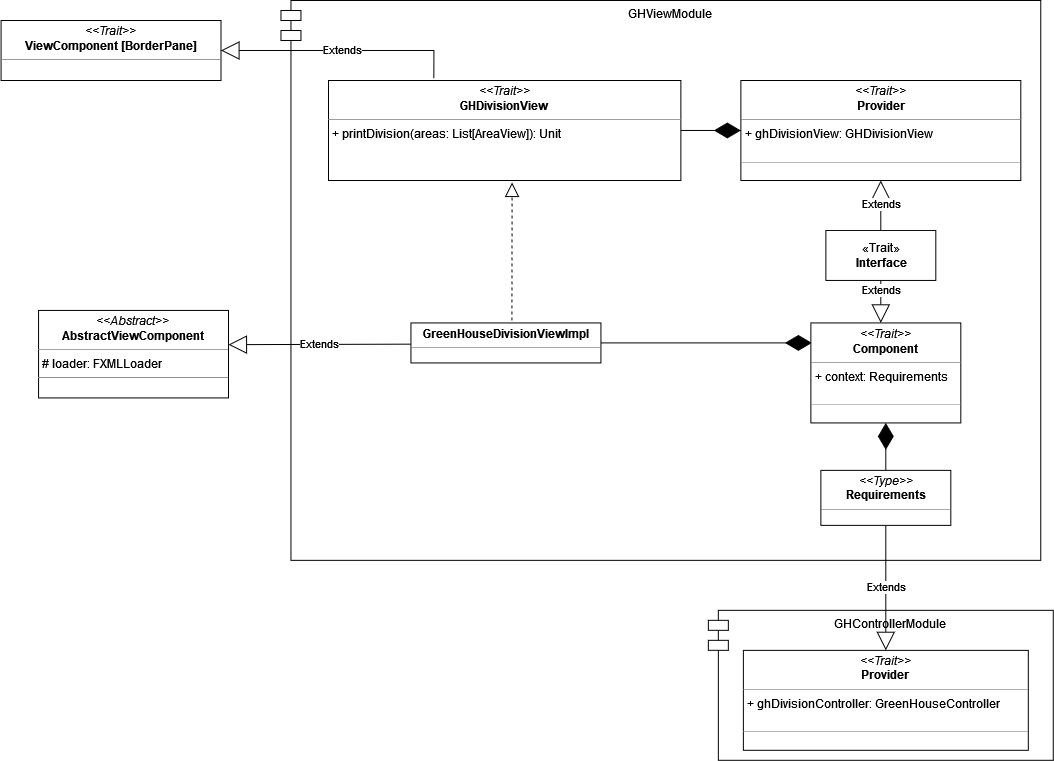
Above: docs/img/greenhouseDivision_view.png in AnnaVitali/PPS-22-smartgh (draw.io), before the change. Source tidied: cells renumbered, new cells last; positions are measured from the earlier drawing's top-left corner, leaving out a move shared by most shapes. Its diagram source:
```xml
<mxGraphModel>
  <root>
    <mxCell id="0" />
    <mxCell id="1" parent="0" />
    <mxCell id="2" value="GHControllerModule" style="shape=module;align=left;spacingLeft=20;align=center;verticalAlign=top;fillColor=none;" parent="1" vertex="1">
      <mxGeometry x="708" y="610" width="345" height="150" as="geometry" />
    </mxCell>
    <mxCell id="3" value="GHViewModule" style="shape=module;align=left;spacingLeft=20;align=center;verticalAlign=top;fillColor=none;" parent="1" vertex="1">
      <mxGeometry x="280.5" width="760" height="560" as="geometry" />
    </mxCell>
    <mxCell id="4" value="&lt;p style=&quot;margin:0px;margin-top:4px;text-align:center;&quot;&gt;&lt;i&gt;&amp;lt;&amp;lt;Trait&amp;gt;&amp;gt;&lt;/i&gt;&lt;br&gt;&lt;b&gt;GHDivisionView&lt;/b&gt;&lt;br&gt;&lt;/p&gt;&lt;hr size=&quot;1&quot;&gt;&lt;p style=&quot;margin:0px;margin-left:4px;&quot;&gt;+ printDivision(areas: List[AreaView]): Unit&lt;/p&gt;&lt;div&gt;&lt;br&gt;&lt;/div&gt;" style="verticalAlign=top;align=left;overflow=fill;fontSize=12;fontFamily=Helvetica;html=1;fillColor=default;" parent="1" vertex="1">
      <mxGeometry x="328" y="80" width="352.5" height="100" as="geometry" />
    </mxCell>
    <mxCell id="5" value="&lt;p style=&quot;margin:0px;margin-top:4px;text-align:center;&quot;&gt;&lt;i&gt;&amp;lt;&amp;lt;Trait&amp;gt;&amp;gt;&lt;/i&gt;&lt;br&gt;&lt;b&gt;ViewComponent [BorderPane]&lt;/b&gt;&lt;br&gt;&lt;/p&gt;&lt;hr size=&quot;1&quot;&gt;" style="verticalAlign=top;align=left;overflow=fill;fontSize=12;fontFamily=Helvetica;html=1;fillColor=default;" parent="1" vertex="1">
      <mxGeometry x="0.5" y="20" width="220" height="60" as="geometry" />
    </mxCell>
    <mxCell id="6" value="&lt;p style=&quot;margin:0px;margin-top:4px;text-align:center;&quot;&gt;&lt;i&gt;&amp;lt;&amp;lt;Trait&amp;gt;&amp;gt;&lt;/i&gt;&lt;br&gt;&lt;b&gt;Provider&lt;/b&gt;&lt;br&gt;&lt;/p&gt;&lt;hr size=&quot;1&quot;&gt;&lt;p style=&quot;margin:0px;margin-left:4px;&quot;&gt;+ ghDivisionView: GHDivisionView&lt;br&gt;&lt;br&gt;&lt;/p&gt;&lt;hr size=&quot;1&quot;&gt;" style="verticalAlign=top;align=left;overflow=fill;fontSize=12;fontFamily=Helvetica;html=1;fillColor=default;" parent="1" vertex="1">
      <mxGeometry x="740.5" y="80" width="280" height="100" as="geometry" />
    </mxCell>
    <mxCell id="7" value="«Trait»&lt;br&gt;&lt;b&gt;Interface&lt;/b&gt;" style="html=1;fillColor=default;" parent="1" vertex="1">
      <mxGeometry x="825.5" y="230" width="110" height="50" as="geometry" />
    </mxCell>
    <mxCell id="8" value="Extends" style="endArrow=block;endSize=16;endFill=0;html=1;rounded=0;entryX=0.5;entryY=0;entryDx=0;entryDy=0;exitX=0.5;exitY=1;exitDx=0;exitDy=0;" parent="1" edge="1" source="7">
      <mxGeometry x="-0.53" relative="1" as="geometry">
        <mxPoint x="880.5" y="322.5" as="targetPoint" />
      </mxGeometry>
    </mxCell>
    <mxCell id="9" value="&lt;div&gt;Extends&lt;br&gt;&lt;/div&gt;" style="endArrow=block;endSize=16;endFill=0;html=1;rounded=0;entryX=0.5;entryY=1;entryDx=0;entryDy=0;exitX=0.5;exitY=0;exitDx=0;exitDy=0;" parent="1" edge="1" source="7" target="6">
      <mxGeometry relative="1" as="geometry" />
    </mxCell>
    <mxCell id="10" value="&lt;p style=&quot;margin:0px;margin-top:4px;text-align:center;&quot;&gt;&lt;b&gt;GreenHouseDivisionViewImpl&lt;/b&gt;&lt;br&gt;&lt;/p&gt;&lt;hr size=&quot;1&quot;&gt;" style="verticalAlign=top;align=left;overflow=fill;fontSize=12;fontFamily=Helvetica;html=1;" parent="1" vertex="1">
      <mxGeometry x="410.5" y="322.5" width="190" height="40" as="geometry" />
    </mxCell>
    <mxCell id="11" style="endArrow=diamondThin;endFill=1;endSize=24;html=1;rounded=0;exitX=1;exitY=0.5;exitDx=0;exitDy=0;entryX=0;entryY=0.5;entryDx=0;entryDy=0;" parent="1" edge="1" source="4" target="6">
      <mxGeometry relative="1" as="geometry" />
    </mxCell>
    <mxCell id="12" style="endArrow=diamondThin;endFill=1;endSize=24;html=1;rounded=0;exitX=1;exitY=0.5;exitDx=0;exitDy=0;entryX=0.007;entryY=0.2;entryDx=0;entryDy=0;entryPerimeter=0;" parent="1" edge="1" source="10" target="14">
      <mxGeometry relative="1" as="geometry" />
    </mxCell>
    <mxCell id="13" value="&lt;p style=&quot;margin:0px;margin-top:4px;text-align:center;&quot;&gt;&lt;i&gt;&amp;lt;&amp;lt;Type&amp;gt;&amp;gt;&lt;/i&gt;&lt;br&gt;&lt;b&gt;Requirements&lt;/b&gt;&lt;br&gt;&lt;/p&gt;&lt;hr size=&quot;1&quot;&gt;&lt;p style=&quot;margin:0px;margin-left:4px;&quot;&gt;&lt;br&gt;&lt;/p&gt;" style="verticalAlign=top;align=left;overflow=fill;fontSize=12;fontFamily=Helvetica;html=1;fillColor=default;" parent="1" vertex="1">
      <mxGeometry x="820.5" y="470" width="130" height="55" as="geometry" />
    </mxCell>
    <mxCell id="14" value="&lt;p style=&quot;margin:0px;margin-top:4px;text-align:center;&quot;&gt;&lt;i&gt;&amp;lt;&amp;lt;Trait&amp;gt;&amp;gt;&lt;/i&gt;&lt;br&gt;&lt;b&gt;Component&lt;/b&gt;&lt;br&gt;&lt;/p&gt;&lt;hr size=&quot;1&quot;&gt;&lt;p style=&quot;margin:0px;margin-left:4px;&quot;&gt;+ context: Requirements&lt;br&gt;&lt;br&gt;&lt;/p&gt;&lt;hr size=&quot;1&quot;&gt;" style="verticalAlign=top;align=left;overflow=fill;fontSize=12;fontFamily=Helvetica;html=1;fillColor=default;" parent="1" vertex="1">
      <mxGeometry x="810.5" y="322.5" width="150" height="100" as="geometry" />
    </mxCell>
    <mxCell id="15" value="&lt;p style=&quot;margin:0px;margin-top:4px;text-align:center;&quot;&gt;&lt;i&gt;&amp;lt;&amp;lt;Trait&amp;gt;&amp;gt;&lt;/i&gt;&lt;br&gt;&lt;b&gt;Provider&lt;/b&gt;&lt;br&gt;&lt;/p&gt;&lt;hr size=&quot;1&quot;&gt;&lt;p style=&quot;margin:0px;margin-left:4px;&quot;&gt;+ ghDivisionController: GreenHouseController&lt;br&gt;&lt;br&gt;&lt;/p&gt;&lt;hr size=&quot;1&quot;&gt;" style="verticalAlign=top;align=left;overflow=fill;fontSize=12;fontFamily=Helvetica;html=1;fillColor=default;" parent="1" vertex="1">
      <mxGeometry x="743" y="650" width="285" height="100" as="geometry" />
    </mxCell>
    <mxCell id="16" style="endArrow=diamondThin;endFill=1;endSize=24;html=1;rounded=0;exitX=0.5;exitY=0;exitDx=0;exitDy=0;" parent="1" edge="1" source="13" target="14">
      <mxGeometry relative="1" as="geometry" />
    </mxCell>
    <mxCell id="17" value="Extends" style="endArrow=block;endSize=16;endFill=0;html=1;rounded=0;exitX=0.5;exitY=1;exitDx=0;exitDy=0;entryX=0.5;entryY=0;entryDx=0;entryDy=0;" parent="1" edge="1" source="13" target="15">
      <mxGeometry relative="1" as="geometry" />
    </mxCell>
    <mxCell id="18" value="Extends" style="endArrow=block;endSize=16;endFill=0;html=1;rounded=0;entryX=1;entryY=0.5;entryDx=0;entryDy=0;exitX=0.299;exitY=-0.02;exitDx=0;exitDy=0;exitPerimeter=0;" parent="1" edge="1" source="4" target="5">
      <mxGeometry relative="1" as="geometry">
        <Array as="points">
          <mxPoint x="433.5" y="50" />
        </Array>
      </mxGeometry>
    </mxCell>
    <mxCell id="19" style="endArrow=block;dashed=1;endFill=0;endSize=12;html=1;rounded=0;entryX=0.521;entryY=1.02;entryDx=0;entryDy=0;entryPerimeter=0;" parent="1" edge="1" target="4">
      <mxGeometry relative="1" as="geometry">
        <mxPoint x="511.5" y="320" as="sourcePoint" />
      </mxGeometry>
    </mxCell>
    <mxCell id="20" value="Extends" style="endArrow=block;endSize=16;endFill=0;html=1;rounded=0;exitX=0;exitY=0.5;exitDx=0;exitDy=0;" parent="1" edge="1">
      <mxGeometry relative="1" as="geometry">
        <mxPoint x="410.5" y="343.8" as="sourcePoint" />
        <mxPoint x="228" y="344.2" as="targetPoint" />
      </mxGeometry>
    </mxCell>
    <mxCell id="21" value="&lt;p style=&quot;margin:0px;margin-top:4px;text-align:center;&quot;&gt;&lt;i&gt;&amp;lt;&amp;lt;Abstract&amp;gt;&amp;gt;&lt;/i&gt;&lt;br&gt;&lt;b&gt;AbstractViewComponent&lt;/b&gt;&lt;br&gt;&lt;/p&gt;&lt;hr size=&quot;1&quot;&gt;&lt;p style=&quot;margin:0px;margin-left:4px;&quot;&gt;# loader: FXMLLoader&lt;br&gt;&lt;/p&gt;&lt;hr size=&quot;1&quot;&gt;&lt;p style=&quot;margin:0px;margin-left:4px;&quot;&gt;&lt;br&gt;&lt;/p&gt;" style="verticalAlign=top;align=left;overflow=fill;fontSize=12;fontFamily=Helvetica;html=1;" parent="1" vertex="1">
      <mxGeometry x="38" y="310" width="190" height="87.5" as="geometry" />
    </mxCell>
  </root>
</mxGraphModel>
```
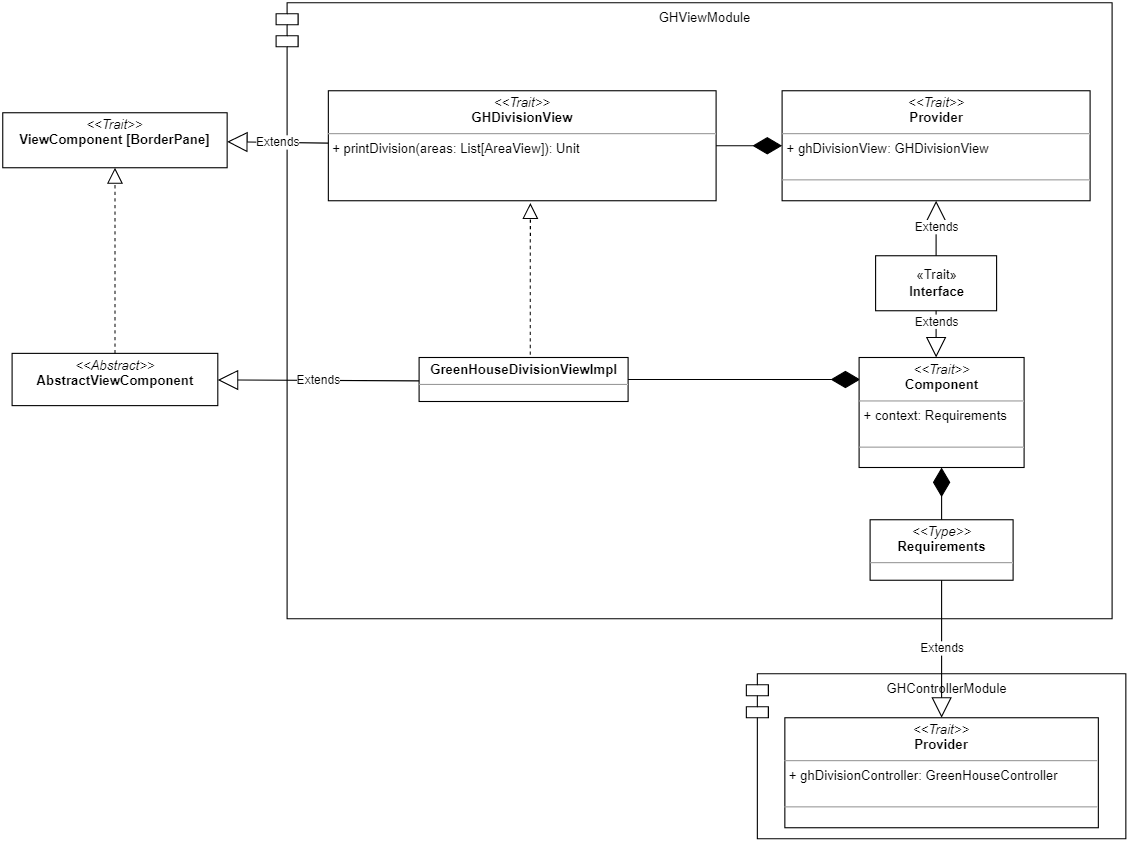
The same diagram one commit later.

Commit message:
docs: update view component and images

The edit, as a diff of the source:
```diff
@@ -11,67 +11,65 @@
     <mxCell id="4" value="&lt;p style=&quot;margin:0px;margin-top:4px;text-align:center;&quot;&gt;&lt;i&gt;&amp;lt;&amp;lt;Trait&amp;gt;&amp;gt;&lt;/i&gt;&lt;br&gt;&lt;b&gt;GHDivisionView&lt;/b&gt;&lt;br&gt;&lt;/p&gt;&lt;hr size=&quot;1&quot;&gt;&lt;p style=&quot;margin:0px;margin-left:4px;&quot;&gt;+ printDivision(areas: List[AreaView]): Unit&lt;/p&gt;&lt;div&gt;&lt;br&gt;&lt;/div&gt;" style="verticalAlign=top;align=left;overflow=fill;fontSize=12;fontFamily=Helvetica;html=1;fillColor=default;" parent="1" vertex="1">
       <mxGeometry x="328" y="80" width="352.5" height="100" as="geometry" />
     </mxCell>
-    <mxCell id="5" value="&lt;p style=&quot;margin:0px;margin-top:4px;text-align:center;&quot;&gt;&lt;i&gt;&amp;lt;&amp;lt;Trait&amp;gt;&amp;gt;&lt;/i&gt;&lt;br&gt;&lt;b&gt;ViewComponent [BorderPane]&lt;/b&gt;&lt;br&gt;&lt;/p&gt;&lt;hr size=&quot;1&quot;&gt;" style="verticalAlign=top;align=left;overflow=fill;fontSize=12;fontFamily=Helvetica;html=1;fillColor=default;" parent="1" vertex="1">
-      <mxGeometry x="0.5" y="20" width="220" height="60" as="geometry" />
+    <mxCell id="5" value="&lt;p style=&quot;margin:0px;margin-top:4px;text-align:center;&quot;&gt;&lt;i&gt;&amp;lt;&amp;lt;Trait&amp;gt;&amp;gt;&lt;/i&gt;&lt;br&gt;&lt;b&gt;Provider&lt;/b&gt;&lt;br&gt;&lt;/p&gt;&lt;hr size=&quot;1&quot;&gt;&lt;p style=&quot;margin:0px;margin-left:4px;&quot;&gt;+ ghDivisionView: GHDivisionView&lt;br&gt;&lt;br&gt;&lt;/p&gt;&lt;hr size=&quot;1&quot;&gt;" style="verticalAlign=top;align=left;overflow=fill;fontSize=12;fontFamily=Helvetica;html=1;fillColor=default;" parent="1" vertex="1">
+      <mxGeometry x="740.5" y="80" width="280" height="100" as="geometry" />
     </mxCell>
-    <mxCell id="6" value="&lt;p style=&quot;margin:0px;margin-top:4px;text-align:center;&quot;&gt;&lt;i&gt;&amp;lt;&amp;lt;Trait&amp;gt;&amp;gt;&lt;/i&gt;&lt;br&gt;&lt;b&gt;Provider&lt;/b&gt;&lt;br&gt;&lt;/p&gt;&lt;hr size=&quot;1&quot;&gt;&lt;p style=&quot;margin:0px;margin-left:4px;&quot;&gt;+ ghDivisionView: GHDivisionView&lt;br&gt;&lt;br&gt;&lt;/p&gt;&lt;hr size=&quot;1&quot;&gt;" style="verticalAlign=top;align=left;overflow=fill;fontSize=12;fontFamily=Helvetica;html=1;fillColor=default;" parent="1" vertex="1">
-      <mxGeometry x="740.5" y="80" width="280" height="100" as="geometry" />
+    <mxCell id="6" value="«Trait»&lt;br&gt;&lt;b&gt;Interface&lt;/b&gt;" style="html=1;fillColor=default;" parent="1" vertex="1">
+      <mxGeometry x="825.5" y="230" width="110" height="50" as="geometry" />
     </mxCell>
-    <mxCell id="7" value="«Trait»&lt;br&gt;&lt;b&gt;Interface&lt;/b&gt;" style="html=1;fillColor=default;" parent="1" vertex="1">
-      <mxGeometry x="825.5" y="230" width="110" height="50" as="geometry" />
+    <mxCell id="7" value="Extends" style="endArrow=block;endSize=16;endFill=0;html=1;rounded=0;entryX=0.5;entryY=0;entryDx=0;entryDy=0;exitX=0.5;exitY=1;exitDx=0;exitDy=0;" parent="1" edge="1" source="6">
+      <mxGeometry x="-0.53" relative="1" as="geometry">
+        <mxPoint x="880.5" y="322.5" as="targetPoint" />
+      </mxGeometry>
     </mxCell>
-    <mxCell id="8" value="Extends" style="endArrow=block;endSize=16;endFill=0;html=1;rounded=0;entryX=0.5;entryY=0;entryDx=0;entryDy=0;exitX=0.5;exitY=1;exitDx=0;exitDy=0;" parent="1" edge="1" source="7">
-      <mxGeometry x="-0.53" relative="1" as="geometry">
-        <mxPoint x="880.5" y="322.5" as="targetPoint" />
-      </mxGeometry>
+    <mxCell id="8" value="&lt;div&gt;Extends&lt;br&gt;&lt;/div&gt;" style="endArrow=block;endSize=16;endFill=0;html=1;rounded=0;entryX=0.5;entryY=1;entryDx=0;entryDy=0;exitX=0.5;exitY=0;exitDx=0;exitDy=0;" parent="1" edge="1" source="6" target="5">
+      <mxGeometry relative="1" as="geometry" />
     </mxCell>
-    <mxCell id="9" value="&lt;div&gt;Extends&lt;br&gt;&lt;/div&gt;" style="endArrow=block;endSize=16;endFill=0;html=1;rounded=0;entryX=0.5;entryY=1;entryDx=0;entryDy=0;exitX=0.5;exitY=0;exitDx=0;exitDy=0;" parent="1" edge="1" source="7" target="6">
-      <mxGeometry relative="1" as="geometry" />
+    <mxCell id="9" value="&lt;p style=&quot;margin:0px;margin-top:4px;text-align:center;&quot;&gt;&lt;b&gt;GreenHouseDivisionViewImpl&lt;/b&gt;&lt;br&gt;&lt;/p&gt;&lt;hr size=&quot;1&quot;&gt;" style="verticalAlign=top;align=left;overflow=fill;fontSize=12;fontFamily=Helvetica;html=1;" parent="1" vertex="1">
+      <mxGeometry x="410.5" y="322.5" width="190" height="40" as="geometry" />
     </mxCell>
-    <mxCell id="10" value="&lt;p style=&quot;margin:0px;margin-top:4px;text-align:center;&quot;&gt;&lt;b&gt;GreenHouseDivisionViewImpl&lt;/b&gt;&lt;br&gt;&lt;/p&gt;&lt;hr size=&quot;1&quot;&gt;" style="verticalAlign=top;align=left;overflow=fill;fontSize=12;fontFamily=Helvetica;html=1;" parent="1" vertex="1">
-      <mxGeometry x="410.5" y="322.5" width="190" height="40" as="geometry" />
+    <mxCell id="10" style="endArrow=diamondThin;endFill=1;endSize=24;html=1;rounded=0;exitX=1;exitY=0.5;exitDx=0;exitDy=0;entryX=0;entryY=0.5;entryDx=0;entryDy=0;" parent="1" edge="1" source="4" target="5">
+      <mxGeometry relative="1" as="geometry" />
     </mxCell>
-    <mxCell id="11" style="endArrow=diamondThin;endFill=1;endSize=24;html=1;rounded=0;exitX=1;exitY=0.5;exitDx=0;exitDy=0;entryX=0;entryY=0.5;entryDx=0;entryDy=0;" parent="1" edge="1" source="4" target="6">
+    <mxCell id="11" style="endArrow=diamondThin;endFill=1;endSize=24;html=1;rounded=0;exitX=1;exitY=0.5;exitDx=0;exitDy=0;entryX=0.007;entryY=0.2;entryDx=0;entryDy=0;entryPerimeter=0;" parent="1" edge="1" source="9" target="13">
       <mxGeometry relative="1" as="geometry" />
     </mxCell>
-    <mxCell id="12" style="endArrow=diamondThin;endFill=1;endSize=24;html=1;rounded=0;exitX=1;exitY=0.5;exitDx=0;exitDy=0;entryX=0.007;entryY=0.2;entryDx=0;entryDy=0;entryPerimeter=0;" parent="1" edge="1" source="10" target="14">
-      <mxGeometry relative="1" as="geometry" />
+    <mxCell id="12" value="&lt;p style=&quot;margin:0px;margin-top:4px;text-align:center;&quot;&gt;&lt;i&gt;&amp;lt;&amp;lt;Type&amp;gt;&amp;gt;&lt;/i&gt;&lt;br&gt;&lt;b&gt;Requirements&lt;/b&gt;&lt;br&gt;&lt;/p&gt;&lt;hr size=&quot;1&quot;&gt;&lt;p style=&quot;margin:0px;margin-left:4px;&quot;&gt;&lt;br&gt;&lt;/p&gt;" style="verticalAlign=top;align=left;overflow=fill;fontSize=12;fontFamily=Helvetica;html=1;fillColor=default;" parent="1" vertex="1">
+      <mxGeometry x="820.5" y="470" width="130" height="55" as="geometry" />
     </mxCell>
-    <mxCell id="13" value="&lt;p style=&quot;margin:0px;margin-top:4px;text-align:center;&quot;&gt;&lt;i&gt;&amp;lt;&amp;lt;Type&amp;gt;&amp;gt;&lt;/i&gt;&lt;br&gt;&lt;b&gt;Requirements&lt;/b&gt;&lt;br&gt;&lt;/p&gt;&lt;hr size=&quot;1&quot;&gt;&lt;p style=&quot;margin:0px;margin-left:4px;&quot;&gt;&lt;br&gt;&lt;/p&gt;" style="verticalAlign=top;align=left;overflow=fill;fontSize=12;fontFamily=Helvetica;html=1;fillColor=default;" parent="1" vertex="1">
-      <mxGeometry x="820.5" y="470" width="130" height="55" as="geometry" />
+    <mxCell id="13" value="&lt;p style=&quot;margin:0px;margin-top:4px;text-align:center;&quot;&gt;&lt;i&gt;&amp;lt;&amp;lt;Trait&amp;gt;&amp;gt;&lt;/i&gt;&lt;br&gt;&lt;b&gt;Component&lt;/b&gt;&lt;br&gt;&lt;/p&gt;&lt;hr size=&quot;1&quot;&gt;&lt;p style=&quot;margin:0px;margin-left:4px;&quot;&gt;+ context: Requirements&lt;br&gt;&lt;br&gt;&lt;/p&gt;&lt;hr size=&quot;1&quot;&gt;" style="verticalAlign=top;align=left;overflow=fill;fontSize=12;fontFamily=Helvetica;html=1;fillColor=default;" parent="1" vertex="1">
+      <mxGeometry x="810.5" y="322.5" width="150" height="100" as="geometry" />
     </mxCell>
-    <mxCell id="14" value="&lt;p style=&quot;margin:0px;margin-top:4px;text-align:center;&quot;&gt;&lt;i&gt;&amp;lt;&amp;lt;Trait&amp;gt;&amp;gt;&lt;/i&gt;&lt;br&gt;&lt;b&gt;Component&lt;/b&gt;&lt;br&gt;&lt;/p&gt;&lt;hr size=&quot;1&quot;&gt;&lt;p style=&quot;margin:0px;margin-left:4px;&quot;&gt;+ context: Requirements&lt;br&gt;&lt;br&gt;&lt;/p&gt;&lt;hr size=&quot;1&quot;&gt;" style="verticalAlign=top;align=left;overflow=fill;fontSize=12;fontFamily=Helvetica;html=1;fillColor=default;" parent="1" vertex="1">
-      <mxGeometry x="810.5" y="322.5" width="150" height="100" as="geometry" />
+    <mxCell id="14" value="&lt;p style=&quot;margin:0px;margin-top:4px;text-align:center;&quot;&gt;&lt;i&gt;&amp;lt;&amp;lt;Trait&amp;gt;&amp;gt;&lt;/i&gt;&lt;br&gt;&lt;b&gt;Provider&lt;/b&gt;&lt;br&gt;&lt;/p&gt;&lt;hr size=&quot;1&quot;&gt;&lt;p style=&quot;margin:0px;margin-left:4px;&quot;&gt;+ ghDivisionController: GreenHouseController&lt;br&gt;&lt;br&gt;&lt;/p&gt;&lt;hr size=&quot;1&quot;&gt;" style="verticalAlign=top;align=left;overflow=fill;fontSize=12;fontFamily=Helvetica;html=1;fillColor=default;" parent="1" vertex="1">
+      <mxGeometry x="743" y="650" width="285" height="100" as="geometry" />
     </mxCell>
-    <mxCell id="15" value="&lt;p style=&quot;margin:0px;margin-top:4px;text-align:center;&quot;&gt;&lt;i&gt;&amp;lt;&amp;lt;Trait&amp;gt;&amp;gt;&lt;/i&gt;&lt;br&gt;&lt;b&gt;Provider&lt;/b&gt;&lt;br&gt;&lt;/p&gt;&lt;hr size=&quot;1&quot;&gt;&lt;p style=&quot;margin:0px;margin-left:4px;&quot;&gt;+ ghDivisionController: GreenHouseController&lt;br&gt;&lt;br&gt;&lt;/p&gt;&lt;hr size=&quot;1&quot;&gt;" style="verticalAlign=top;align=left;overflow=fill;fontSize=12;fontFamily=Helvetica;html=1;fillColor=default;" parent="1" vertex="1">
-      <mxGeometry x="743" y="650" width="285" height="100" as="geometry" />
+    <mxCell id="15" style="endArrow=diamondThin;endFill=1;endSize=24;html=1;rounded=0;exitX=0.5;exitY=0;exitDx=0;exitDy=0;" parent="1" edge="1" source="12" target="13">
+      <mxGeometry relative="1" as="geometry" />
     </mxCell>
-    <mxCell id="16" style="endArrow=diamondThin;endFill=1;endSize=24;html=1;rounded=0;exitX=0.5;exitY=0;exitDx=0;exitDy=0;" parent="1" edge="1" source="13" target="14">
+    <mxCell id="16" value="Extends" style="endArrow=block;endSize=16;endFill=0;html=1;rounded=0;exitX=0.5;exitY=1;exitDx=0;exitDy=0;entryX=0.5;entryY=0;entryDx=0;entryDy=0;" parent="1" edge="1" source="12" target="14">
       <mxGeometry relative="1" as="geometry" />
     </mxCell>
-    <mxCell id="17" value="Extends" style="endArrow=block;endSize=16;endFill=0;html=1;rounded=0;exitX=0.5;exitY=1;exitDx=0;exitDy=0;entryX=0.5;entryY=0;entryDx=0;entryDy=0;" parent="1" edge="1" source="13" target="15">
+    <mxCell id="17" value="Extends" style="endArrow=block;endSize=16;endFill=0;html=1;rounded=0;" parent="1" edge="1" source="4" target="20">
       <mxGeometry relative="1" as="geometry" />
     </mxCell>
-    <mxCell id="18" value="Extends" style="endArrow=block;endSize=16;endFill=0;html=1;rounded=0;entryX=1;entryY=0.5;entryDx=0;entryDy=0;exitX=0.299;exitY=-0.02;exitDx=0;exitDy=0;exitPerimeter=0;" parent="1" edge="1" source="4" target="5">
+    <mxCell id="18" style="endArrow=block;dashed=1;endFill=0;endSize=12;html=1;rounded=0;entryX=0.521;entryY=1.02;entryDx=0;entryDy=0;entryPerimeter=0;" parent="1" edge="1" target="4">
       <mxGeometry relative="1" as="geometry">
-        <Array as="points">
-          <mxPoint x="433.5" y="50" />
-        </Array>
+        <mxPoint x="511.5" y="320" as="sourcePoint" />
       </mxGeometry>
     </mxCell>
-    <mxCell id="19" style="endArrow=block;dashed=1;endFill=0;endSize=12;html=1;rounded=0;entryX=0.521;entryY=1.02;entryDx=0;entryDy=0;entryPerimeter=0;" parent="1" edge="1" target="4">
+    <mxCell id="19" value="Extends" style="endArrow=block;endSize=16;endFill=0;html=1;rounded=0;exitX=0;exitY=0.5;exitDx=0;exitDy=0;" parent="1" edge="1" target="21">
       <mxGeometry relative="1" as="geometry">
-        <mxPoint x="511.5" y="320" as="sourcePoint" />
+        <mxPoint x="410.5" y="343.8" as="sourcePoint" />
       </mxGeometry>
     </mxCell>
-    <mxCell id="20" value="Extends" style="endArrow=block;endSize=16;endFill=0;html=1;rounded=0;exitX=0;exitY=0.5;exitDx=0;exitDy=0;" parent="1" edge="1">
-      <mxGeometry relative="1" as="geometry">
-        <mxPoint x="410.5" y="343.8" as="sourcePoint" />
-        <mxPoint x="228" y="344.2" as="targetPoint" />
-      </mxGeometry>
+    <mxCell id="20" value="&lt;p style=&quot;margin:0px;margin-top:4px;text-align:center;&quot;&gt;&lt;i&gt;&amp;lt;&amp;lt;Trait&amp;gt;&amp;gt;&lt;/i&gt;&lt;br&gt;&lt;b&gt;ViewComponent [BorderPane]&lt;/b&gt;&lt;/p&gt;" style="verticalAlign=top;align=left;overflow=fill;fontSize=12;fontFamily=Helvetica;html=1;fillColor=default;" parent="1" vertex="1">
+      <mxGeometry x="32" y="100" width="204" height="50" as="geometry" />
     </mxCell>
-    <mxCell id="21" value="&lt;p style=&quot;margin:0px;margin-top:4px;text-align:center;&quot;&gt;&lt;i&gt;&amp;lt;&amp;lt;Abstract&amp;gt;&amp;gt;&lt;/i&gt;&lt;br&gt;&lt;b&gt;AbstractViewComponent&lt;/b&gt;&lt;br&gt;&lt;/p&gt;&lt;hr size=&quot;1&quot;&gt;&lt;p style=&quot;margin:0px;margin-left:4px;&quot;&gt;# loader: FXMLLoader&lt;br&gt;&lt;/p&gt;&lt;hr size=&quot;1&quot;&gt;&lt;p style=&quot;margin:0px;margin-left:4px;&quot;&gt;&lt;br&gt;&lt;/p&gt;" style="verticalAlign=top;align=left;overflow=fill;fontSize=12;fontFamily=Helvetica;html=1;" parent="1" vertex="1">
-      <mxGeometry x="38" y="310" width="190" height="87.5" as="geometry" />
+    <mxCell id="21" value="&lt;p style=&quot;margin:0px;margin-top:4px;text-align:center;&quot;&gt;&lt;i&gt;&amp;lt;&amp;lt;Abstract&amp;gt;&amp;gt;&lt;/i&gt;&lt;br&gt;&lt;b&gt;AbstractViewComponent&lt;/b&gt;&lt;br&gt;&lt;/p&gt;&lt;p style=&quot;margin:0px;margin-left:4px;&quot;&gt;&lt;br&gt;&lt;/p&gt;" style="verticalAlign=top;align=left;overflow=fill;fontSize=12;fontFamily=Helvetica;html=1;" parent="1" vertex="1">
+      <mxGeometry x="40.5" y="318.8" width="187" height="47.5" as="geometry" />
     </mxCell>
+    <mxCell id="22" style="endArrow=block;dashed=1;endFill=0;endSize=12;html=1;rounded=0;" parent="1" edge="1" source="21" target="20">
+      <mxGeometry relative="1" as="geometry" />
+    </mxCell>
   </root>
 </mxGraphModel>
```
